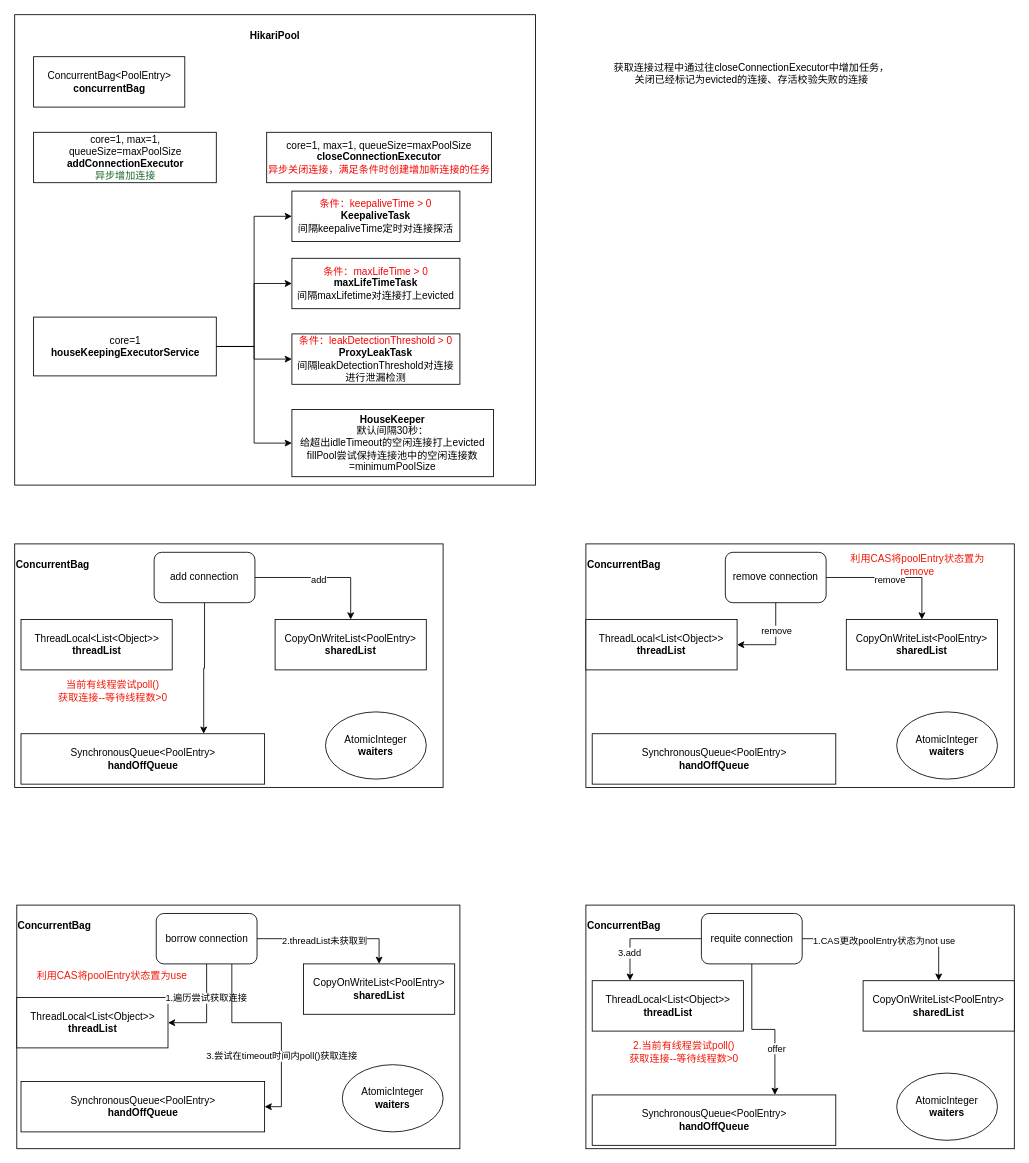
pxy0601/diagram keeps this draw.io diagram as page "第 2 页" (2 of 2) of HikariCP.drawio. Above is the earlier version. Source tidied: cells renumbered, new cells numbered last; positions are measured from the earlier drawing's top-left corner, leaving out a move shared by most shapes. Both pictures are drawn from the tidied source at 84%, with x=0, y=0 at pixel (14, 14).
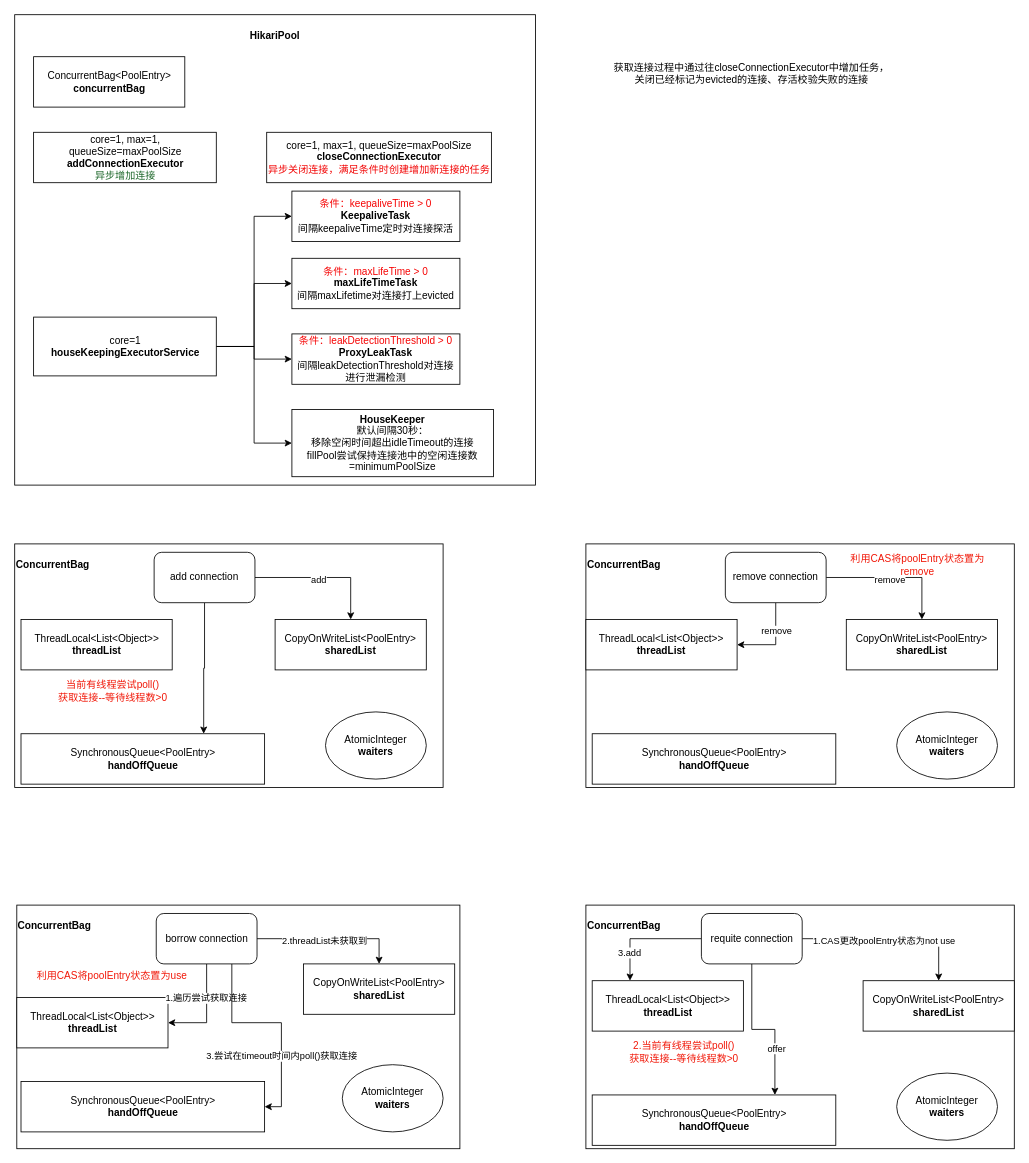
The same page after the edit.

Change to the diagram source:
```diff
@@
-    <mxCell id="16" value="&lt;div&gt;&lt;b style=&quot;background-color: initial;&quot;&gt;HouseKeeper&lt;/b&gt;&lt;br&gt;&lt;/div&gt;默认间隔30秒：&lt;div&gt;给超出idleTimeout的空闲连接打上evicted&lt;/div&gt;&lt;div&gt;&lt;span style=&quot;background-color: initial;&quot;&gt;fillPool尝试保持连接池中的空闲连接数=minimumPoolSize&lt;/span&gt;&lt;/div&gt;" style="rounded=0;whiteSpace=wrap;html=1;align=center;" parent="1" vertex="1">
+    <mxCell id="16" value="&lt;div&gt;&lt;b style=&quot;background-color: initial;&quot;&gt;HouseKeeper&lt;/b&gt;&lt;br&gt;&lt;/div&gt;默认间隔30秒：&lt;div&gt;移除空闲时间超出idleTimeout的连接&lt;/div&gt;&lt;div&gt;&lt;span style=&quot;background-color: initial;&quot;&gt;fillPool尝试保持连接池中的空闲连接数=minimumPoolSize&lt;/span&gt;&lt;/div&gt;" style="rounded=0;whiteSpace=wrap;html=1;align=center;" parent="1" vertex="1">
       <mxGeometry x="330" y="470" width="240" height="80" as="geometry" />
     </mxCell>
```
